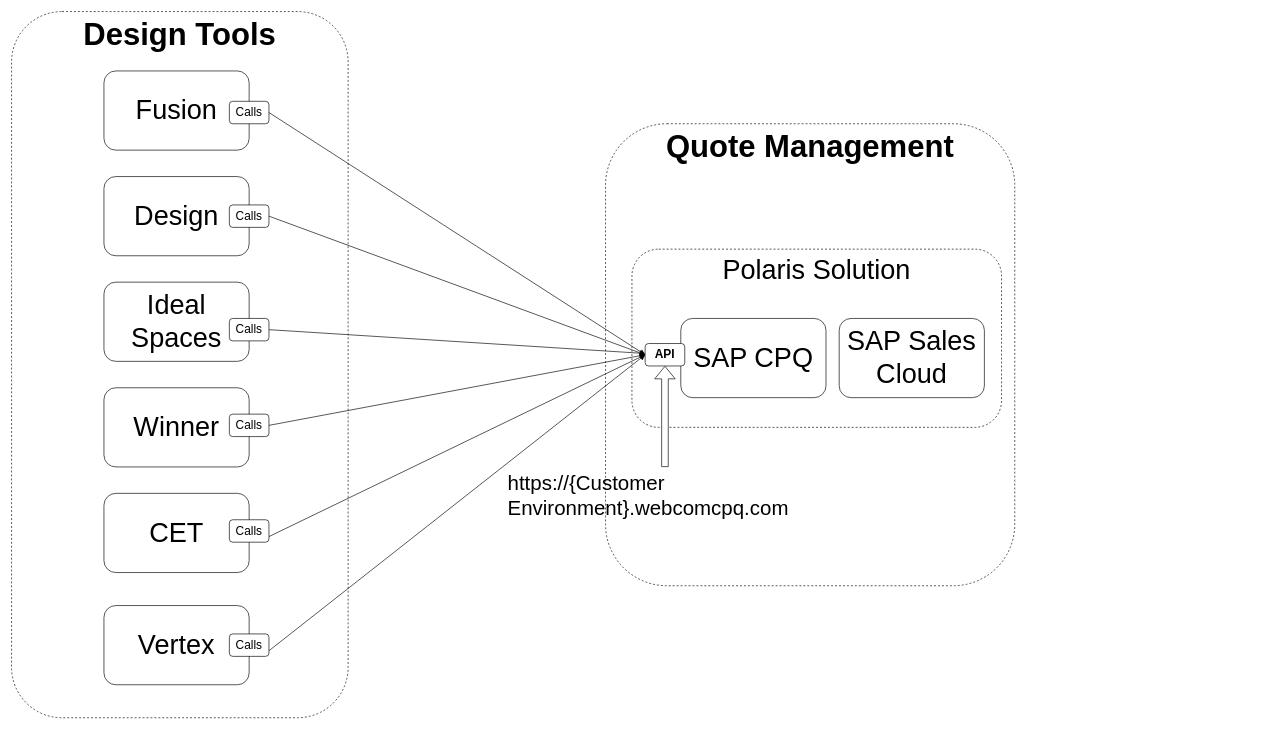
mrf742002/Diagrams keeps this draw.io diagram as page "Option 1- Direct" (6 of 11) of Drawing_Tool_Integration.drawio. Above is the earlier version. Source tidied: cells renumbered, new cells numbered last; positions are measured from the earlier drawing's top-left corner, leaving out a move shared by most shapes. Both pictures are drawn from the tidied source at 66%, with x=0, y=0 at pixel (11, 11).
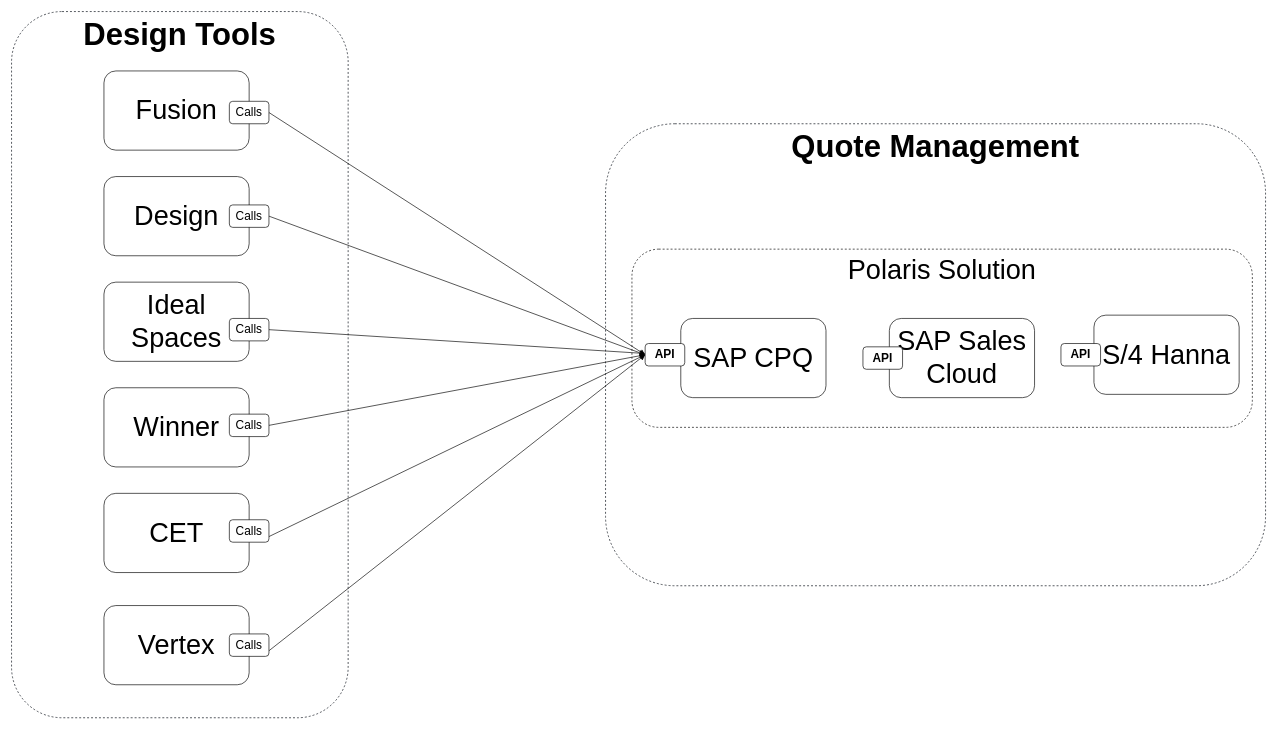
The same diagram, later.

The change refers to these unchanged cells:
```xml
<mxCell id="13" value="API" style="rounded=1;whiteSpace=wrap;html=1;fontSize=18;fontStyle=1;" parent="1" vertex="1">
  <mxGeometry x="960" y="503" width="60" height="34" as="geometry" />
</mxCell>
```

What changed in the source:
```diff
@@
     <mxCell id="2" value="&lt;b style=&quot;font-size: 47px;&quot;&gt;Quote Management&lt;/b&gt;" style="rounded=1;whiteSpace=wrap;html=1;verticalAlign=top;strokeWidth=1;strokeColor=#020912;dashed=1;fontSize=47;" parent="1" vertex="1">
-      <mxGeometry x="900" y="170" width="620" height="700" as="geometry" />
+      <mxGeometry x="900" y="170" width="1000" height="700" as="geometry" />
     </mxCell>
     <mxCell id="3" value="Polaris Solution" style="rounded=1;whiteSpace=wrap;html=1;fontSize=41;dashed=1;fillColor=none;verticalAlign=top;" parent="1" vertex="1">
-      <mxGeometry x="940" y="360" width="560" height="270" as="geometry" />
+      <mxGeometry x="940" y="360" width="940" height="270" as="geometry" />
     </mxCell>
@@
     <mxCell id="12" value="SAP Sales Cloud" style="rounded=1;whiteSpace=wrap;html=1;fontSize=41;" parent="1" vertex="1">
-      <mxGeometry x="1254" y="465" width="220" height="120" as="geometry" />
+      <mxGeometry x="1330" y="465" width="220" height="120" as="geometry" />
     </mxCell>
@@
-    <mxCell id="26" value="https://{Customer Environment}.webcomcpq.com" style="text;whiteSpace=wrap;html=1;fontSize=31;" parent="1" vertex="1">
-      <mxGeometry x="750" y="690" width="480" height="40" as="geometry" />
-    </mxCell>
-    <mxCell id="27" style="shape=flexArrow;endArrow=classic;html=1;fontSize=21;entryX=0.5;entryY=1;entryDx=0;entryDy=0;fillColor=#ffffff;" parent="1" edge="1" source="26" target="13">
-      <mxGeometry relative="1" as="geometry" />
-    </mxCell>
+    <mxCell id="28" value="API" style="rounded=1;whiteSpace=wrap;html=1;fontSize=18;fontStyle=1;" parent="1" vertex="1">
+      <mxGeometry x="1290" y="508" width="60" height="34" as="geometry" />
+    </mxCell>
+    <mxCell id="29" value="S/4 Hanna" style="rounded=1;whiteSpace=wrap;html=1;fontSize=41;" parent="1" vertex="1">
+      <mxGeometry x="1640" y="460" width="220" height="120" as="geometry" />
+    </mxCell>
+    <mxCell id="30" value="API" style="rounded=1;whiteSpace=wrap;html=1;fontSize=18;fontStyle=1;" parent="1" vertex="1">
+      <mxGeometry x="1590" y="503" width="60" height="34" as="geometry" />
+    </mxCell>
```
